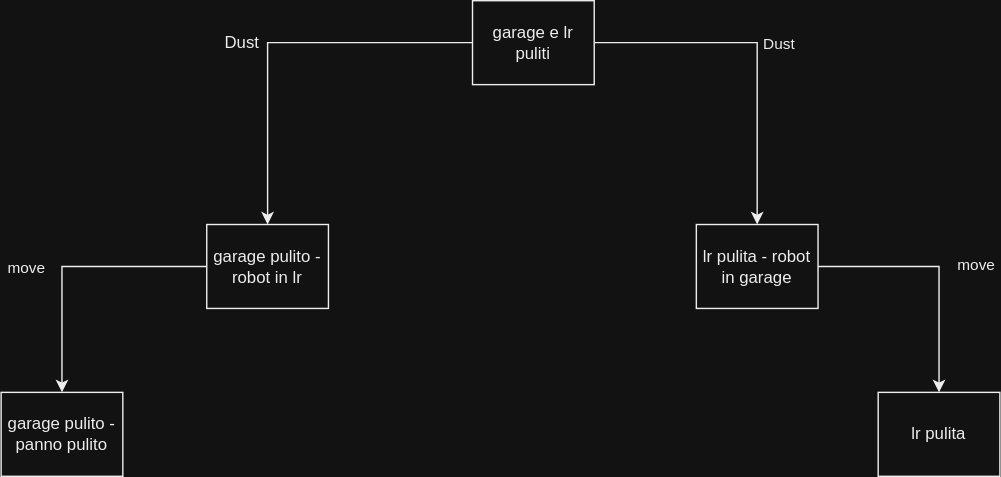
Giacomix02/AIAssignments keeps this draw.io diagram as Quinta Consegna/img/AI2.svg. Above is the earlier version. Source tidied: cells renumbered, new cells last; positions are measured from the earlier drawing's top-left corner, leaving out a move shared by most shapes.
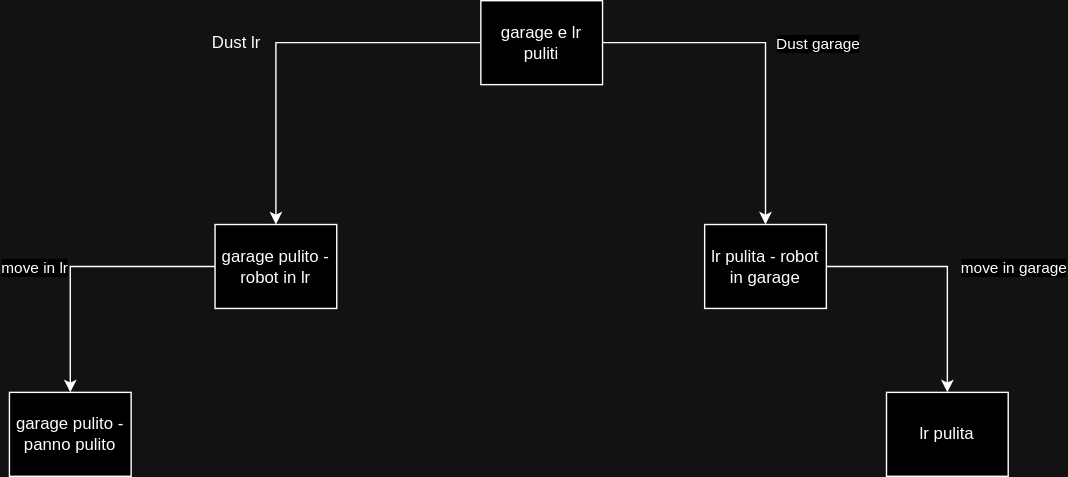
Later version of the same file.

Change to the diagram source:
```diff
@@ -5,9 +5,9 @@
     <mxCell id="2" style="edgeStyle=orthogonalEdgeStyle;rounded=0;jettySize=auto;html=1;" parent="1" edge="1" source="5" target="8">
       <mxGeometry relative="1" as="geometry" />
     </mxCell>
-    <mxCell id="3" value="Dust" style="edgeLabel;html=1;align=center;verticalAlign=middle;" parent="2" vertex="1">
+    <mxCell id="3" value="Dust garage" style="edgeLabel;html=1;align=center;verticalAlign=middle;" parent="2" vertex="1">
       <mxGeometry x="0.13" y="-2" relative="1" as="geometry">
-        <mxPoint x="17" y="-23" as="offset" />
+        <mxPoint x="39" y="-23" as="offset" />
       </mxGeometry>
     </mxCell>
     <mxCell id="4" style="edgeStyle=orthogonalEdgeStyle;rounded=0;jettySize=auto;html=1;" parent="1" edge="1" source="5" target="12">
@@ -19,9 +19,9 @@
     <mxCell id="6" style="edgeStyle=orthogonalEdgeStyle;rounded=0;jettySize=auto;html=1;" parent="1" edge="1" source="8" target="9">
       <mxGeometry relative="1" as="geometry" />
     </mxCell>
-    <mxCell id="7" value="move" style="edgeLabel;html=1;align=center;verticalAlign=middle;" parent="6" vertex="1">
+    <mxCell id="7" value="move in garage" style="edgeLabel;html=1;align=center;verticalAlign=middle;" parent="6" vertex="1">
       <mxGeometry x="0.02" relative="1" as="geometry">
-        <mxPoint x="26" y="-5" as="offset" />
+        <mxPoint x="47" y="-3" as="offset" />
       </mxGeometry>
     </mxCell>
     <mxCell id="8" value="lr pulita - robot in garage" style="rounded=0;whiteSpace=wrap;html=1;" parent="1" vertex="1">
@@ -33,7 +33,7 @@
     <mxCell id="10" style="edgeStyle=orthogonalEdgeStyle;rounded=0;jettySize=auto;html=1;" parent="1" edge="1" source="12" target="13">
       <mxGeometry relative="1" as="geometry" />
     </mxCell>
-    <mxCell id="11" value="move" style="edgeLabel;html=1;align=center;verticalAlign=middle;" parent="10" vertex="1">
+    <mxCell id="11" value="move in lr" style="edgeLabel;html=1;align=center;verticalAlign=middle;" parent="10" vertex="1">
       <mxGeometry x="-0.1" y="1" relative="1" as="geometry">
         <mxPoint x="-43" y="-1" as="offset" />
       </mxGeometry>
@@ -44,8 +44,8 @@
     <mxCell id="13" value="garage pulito - panno pulito" style="rounded=0;whiteSpace=wrap;html=1;" parent="1" vertex="1">
       <mxGeometry y="280" width="87" height="60" as="geometry" />
     </mxCell>
-    <mxCell id="14" value="Dust" style="text;html=1;align=center;verticalAlign=middle;strokeColor=none;fillColor=none;" parent="1" vertex="1">
-      <mxGeometry x="147" y="15" width="50" height="30" as="geometry" />
+    <mxCell id="14" value="Dust lr" style="text;html=1;align=center;verticalAlign=middle;strokeColor=none;fillColor=none;" parent="1" vertex="1">
+      <mxGeometry x="132" y="15" width="60" height="30" as="geometry" />
     </mxCell>
   </root>
 </mxGraphModel>
```
